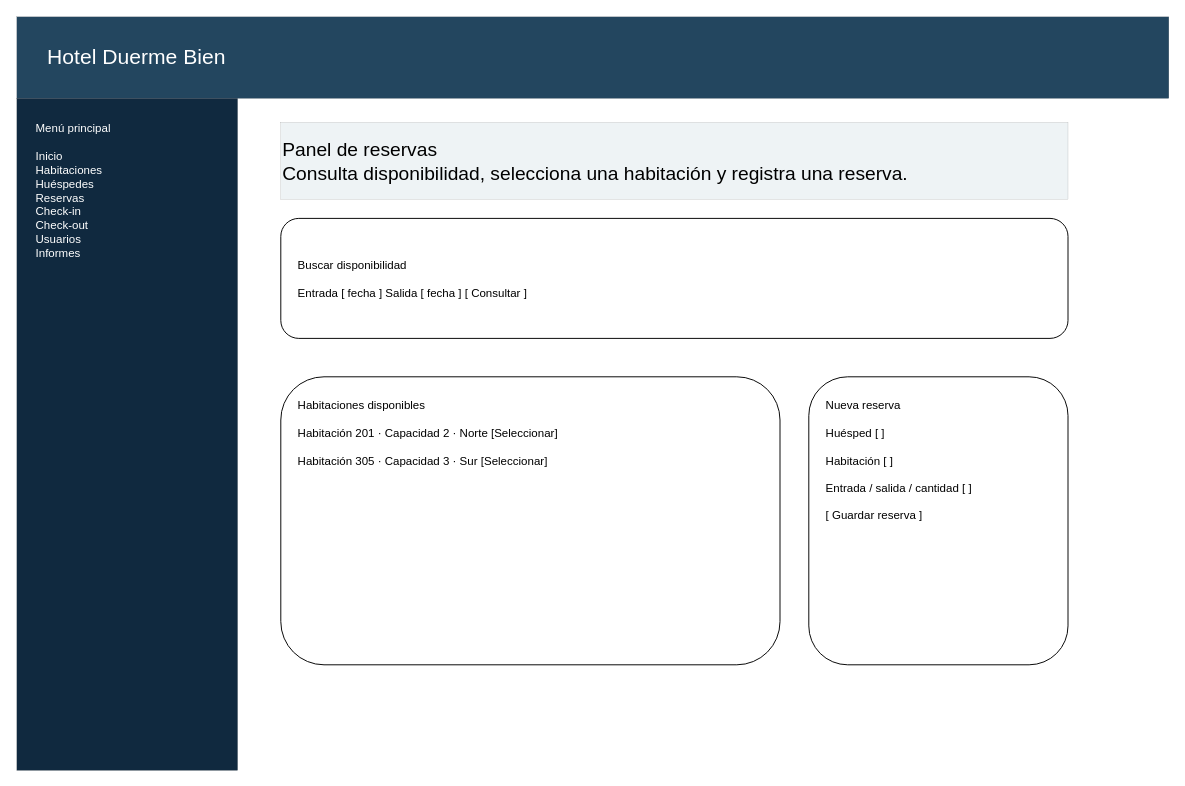
Yutre3/diego keeps this draw.io diagram as page "Mockup" (3 of 3) of diagramas-editables/04-interfaz.drawio. Above is the earlier version. Source tidied: cells renumbered, new cells numbered last; positions are measured from the earlier drawing's top-left corner, leaving out a move shared by most shapes. Both pictures are drawn from the tidied source at 96%, with x=0, y=0 at pixel (16, 16).
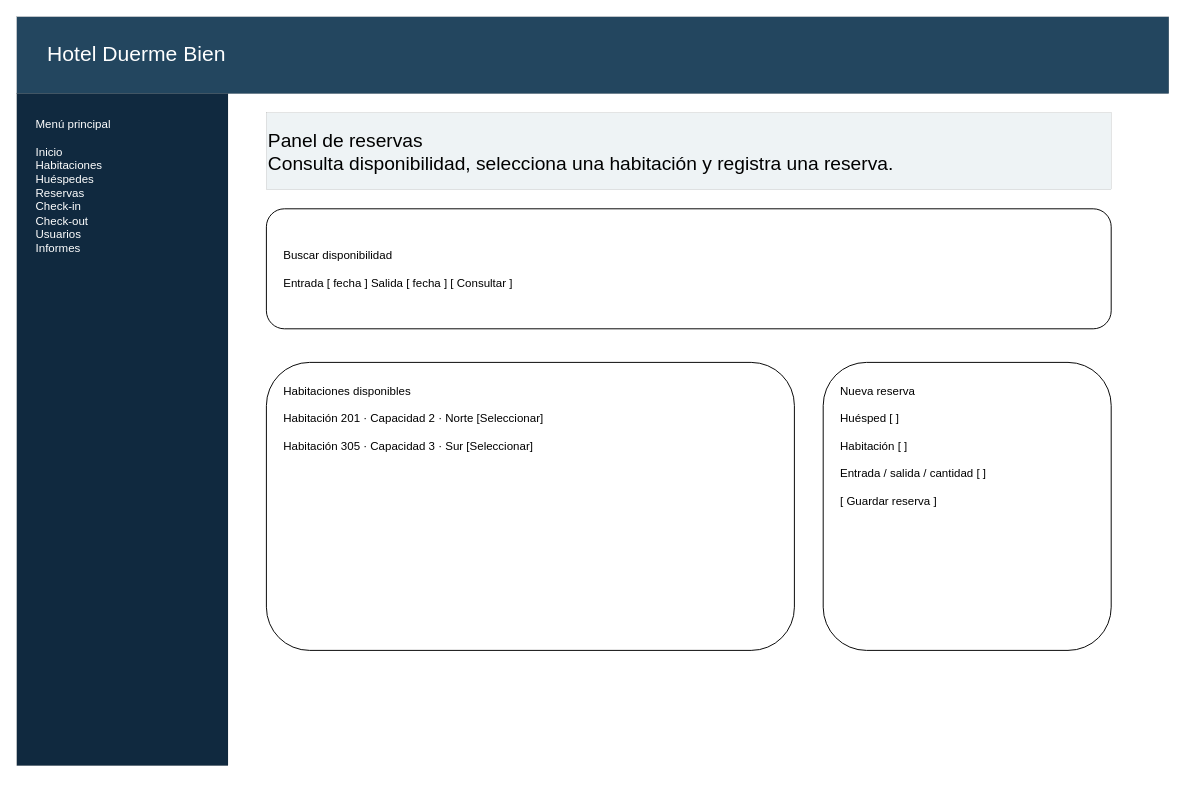
Above is the later version.

What changed in the source:
```diff
@@
 <mxGraphModel>
   <root>
     <mxCell id="0" />
     <mxCell id="1" parent="0" />
     <mxCell id="2" value="Hotel Duerme Bien" style="rounded=0;whiteSpace=wrap;html=1;strokeWidth=0;fillColor=#23465f;fontColor=#ffffff;fontSize=22;align=left;spacingLeft=30;" parent="1" vertex="1">
-      <mxGeometry width="1200" height="85" as="geometry" />
+      <mxGeometry width="1200" height="80" as="geometry" />
     </mxCell>
     <mxCell id="3" value="Menú principal&#10;&#10;Inicio&#10;Habitaciones&#10;Huéspedes&#10;Reservas&#10;Check-in&#10;Check-out&#10;Usuarios&#10;Informes" style="rounded=0;whiteSpace=wrap;html=1;strokeWidth=0;fillColor=#10293f;fontColor=#ffffff;align=left;verticalAlign=top;spacing=20;" parent="1" vertex="1">
-      <mxGeometry y="85" width="230" height="700" as="geometry" />
+      <mxGeometry y="80" width="220" height="700" as="geometry" />
     </mxCell>
     <mxCell id="4" value="Panel de reservas&#10;Consulta disponibilidad, selecciona una habitación y registra una reserva." style="rounded=0;whiteSpace=wrap;html=1;strokeWidth=0;fillColor=#eef3f5;align=left;fontSize=20;" parent="1" vertex="1">
-      <mxGeometry x="275" y="110" width="820" height="80" as="geometry" />
+      <mxGeometry x="260" y="100" width="880" height="80" as="geometry" />
     </mxCell>
-    <mxCell id="5" value="Buscar disponibilidad&#10;&#10;Entrada [ fecha ]     Salida [ fecha ]                 [ Consultar ]" style="rounded=1;whiteSpace=wrap;html=1;strokeWidth=1;fillColor=#ffffff;align=left;spacing=18;" parent="1" vertex="1">
-      <mxGeometry x="275" y="210" width="820" height="125" as="geometry" />
+    <mxCell id="5" value="Buscar disponibilidad&#10;&#10;Entrada [ fecha ]     Salida [ fecha ]                    [ Consultar ]" style="rounded=1;whiteSpace=wrap;html=1;strokeWidth=1;fillColor=#ffffff;align=left;spacing=18;" parent="1" vertex="1">
+      <mxGeometry x="260" y="200" width="880" height="125" as="geometry" />
     </mxCell>
     <mxCell id="6" value="Habitaciones disponibles&#10;&#10;Habitación 201 · Capacidad 2 · Norte          [Seleccionar]&#10;&#10;Habitación 305 · Capacidad 3 · Sur             [Seleccionar]" style="rounded=1;whiteSpace=wrap;html=1;strokeWidth=1;fillColor=#ffffff;align=left;verticalAlign=top;spacing=18;" parent="1" vertex="1">
-      <mxGeometry x="275" y="375" width="520" height="300" as="geometry" />
+      <mxGeometry x="260" y="360" width="550" height="300" as="geometry" />
     </mxCell>
     <mxCell id="7" value="Nueva reserva&#10;&#10;Huésped [ ]&#10;&#10;Habitación [ ]&#10;&#10;Entrada / salida / cantidad [ ]&#10;&#10;[ Guardar reserva ]" style="rounded=1;whiteSpace=wrap;html=1;strokeWidth=1;fillColor=#ffffff;align=left;verticalAlign=top;spacing=18;" parent="1" vertex="1">
-      <mxGeometry x="825" y="375" width="270" height="300" as="geometry" />
+      <mxGeometry x="840" y="360" width="300" height="300" as="geometry" />
     </mxCell>
   </root>
 </mxGraphModel>
```
